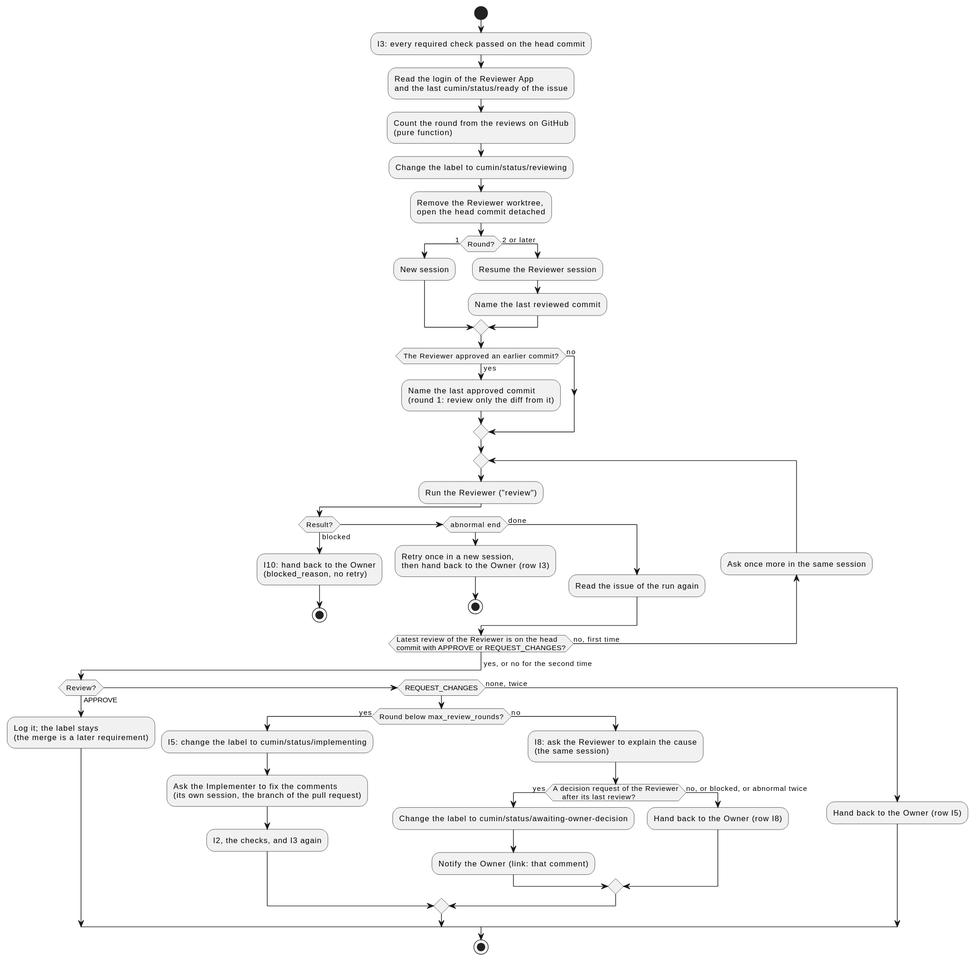
cloveclovedev/cumin-works keeps this PlantUML diagram as docs/ja/designs/poll-review.svg. Above is the earlier version.
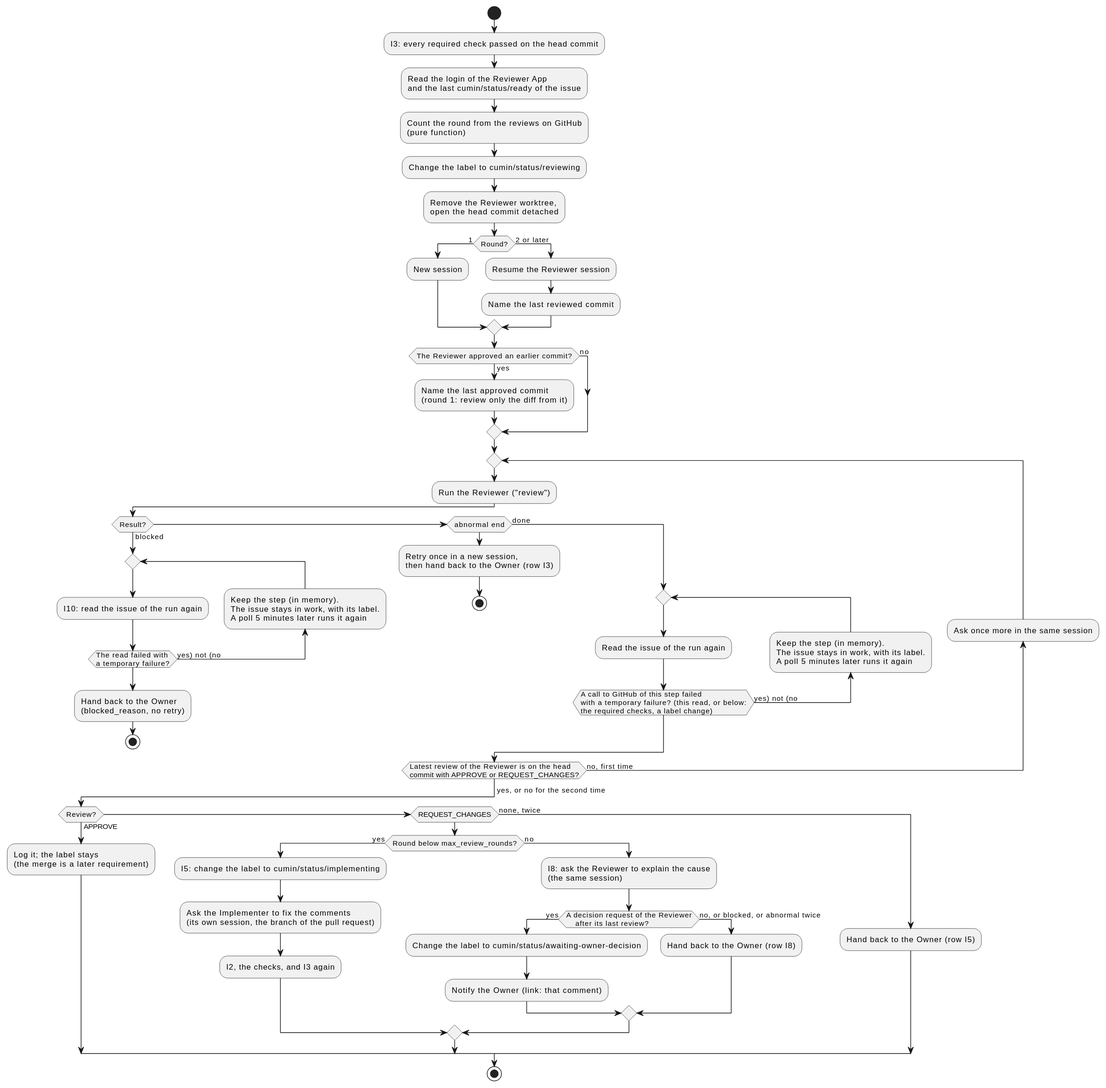
The same file after the commit.

Commit message:
feat(workflow): keep the step after a Reviewer run and run it again after a temporary failure (#472)

The edit, as a diff of the source:
```diff
@@ -25,7 +25,14 @@
 repeat
   :Run the Reviewer ("review");
   if (Result?) then (blocked)
-    :I10: hand back to the Owner
+    repeat
+      :I10: read the issue of the run again;
+      backward :Keep the step (in memory).
+      The issue stays in work, with its label.
+      A poll 5 minutes later runs it again;
+    repeat while (The read failed with
+    a temporary failure?) is (yes) not (no)
+    :Hand back to the Owner
     (blocked_reason, no retry);
     stop
   elseif (abnormal end) then
@@ -33,7 +40,14 @@
     then hand back to the Owner (row I3);
     stop
   else (done)
-    :Read the issue of the run again;
+    repeat
+      :Read the issue of the run again;
+      backward :Keep the step (in memory).
+      The issue stays in work, with its label.
+      A poll 5 minutes later runs it again;
+    repeat while (A call to GitHub of this step failed
+    with a temporary failure? (this read, or below:
+    the required checks, a label change)) is (yes) not (no)
   endif
   backward:Ask once more in the same session;
 repeat while (Latest review of the Reviewer is on the head
```
